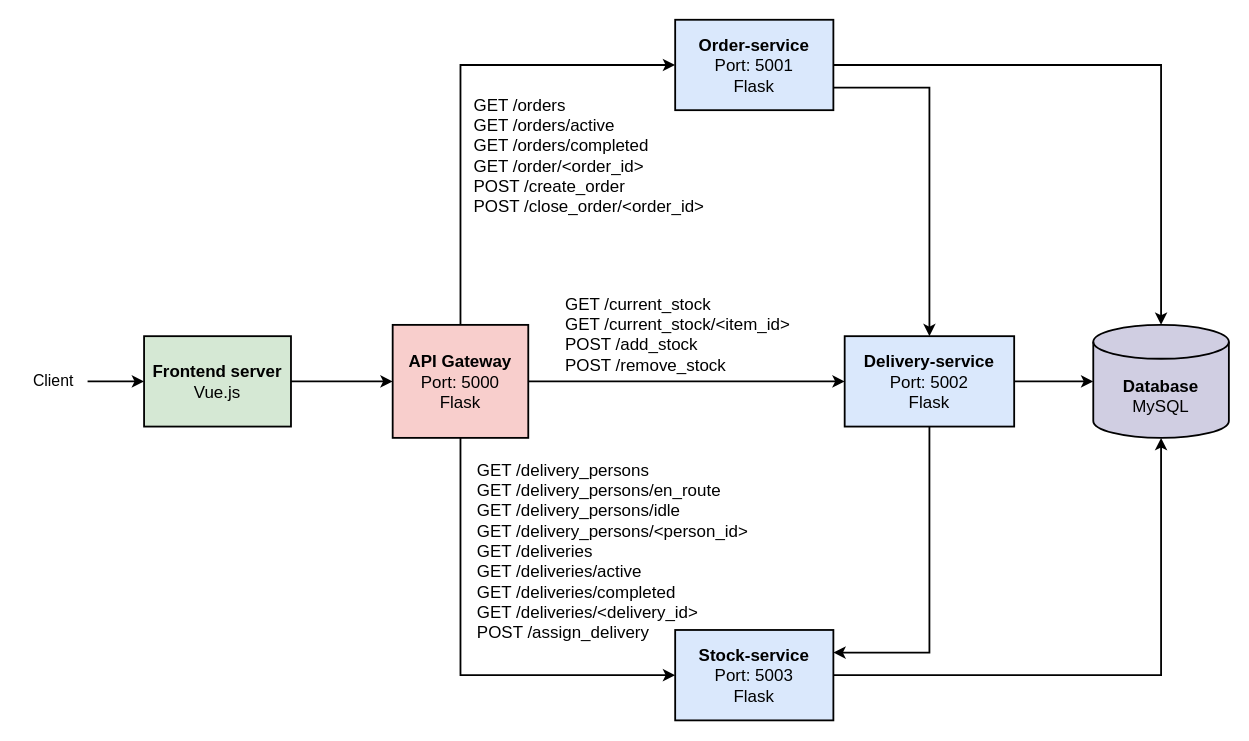
This is architecture.drawio from sandeepgit32/fast-delivery-app-simulation-microservices, a draw.io file, before an edit. Source tidied: cells renumbered, new cells numbered last; positions are measured from the earlier drawing's top-left corner, leaving out a move shared by most shapes. Both pictures are drawn from the tidied source at 113%, with x=0, y=0 at pixel (19, 19).
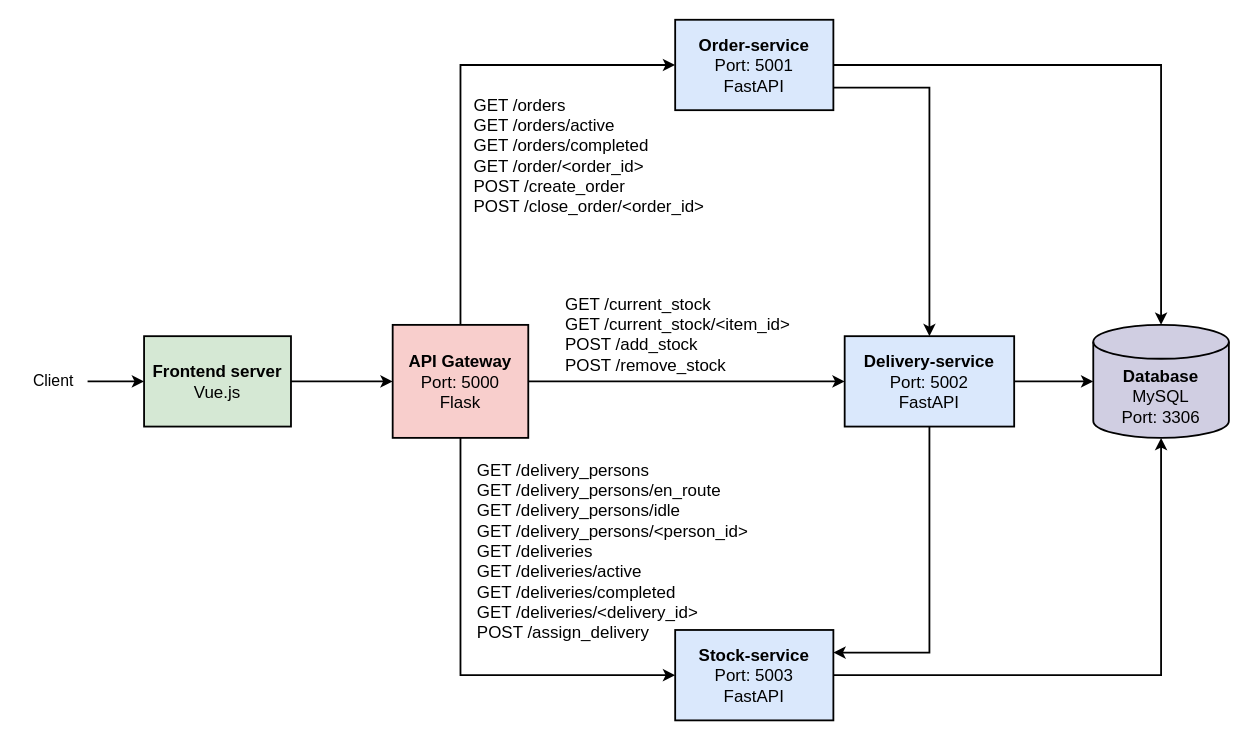
The same page after the edit.

Change to the diagram source:
```diff
@@
-    <mxCell id="2" value="&lt;font style=&quot;font-size: 15px;&quot;&gt;&lt;b&gt;Database&lt;/b&gt;&lt;/font&gt;&lt;div&gt;&lt;font style=&quot;font-size: 15px;&quot;&gt;MySQL&lt;/font&gt;&lt;/div&gt;" style="shape=cylinder3;whiteSpace=wrap;html=1;boundedLbl=1;backgroundOutline=1;size=15;strokeWidth=1.6;fillColor=#d0cee2;strokeColor=#000000;" parent="1" vertex="1">
+    <mxCell id="2" value="&lt;font style=&quot;font-size: 15px;&quot;&gt;&lt;b&gt;Database&lt;/b&gt;&lt;/font&gt;&lt;div&gt;&lt;font style=&quot;font-size: 15px;&quot;&gt;MySQL&lt;/font&gt;&lt;/div&gt;&lt;div&gt;&lt;font style=&quot;font-size: 15px;&quot;&gt;Port: 3306&lt;/font&gt;&lt;/div&gt;" style="shape=cylinder3;whiteSpace=wrap;html=1;boundedLbl=1;backgroundOutline=1;size=15;strokeWidth=1.6;fillColor=#d0cee2;strokeColor=#000000;" parent="1" vertex="1">
       <mxGeometry x="950" y="270" width="120" height="100" as="geometry" />
     </mxCell>
@@
-    <mxCell id="9" value="&lt;font style=&quot;font-size: 15px;&quot;&gt;&lt;b&gt;Delivery-service&lt;/b&gt;&lt;/font&gt;&lt;div&gt;&lt;font style=&quot;font-size: 15px;&quot;&gt;Port: 5002&lt;/font&gt;&lt;/div&gt;&lt;div&gt;&lt;font style=&quot;font-size: 15px;&quot;&gt;Flask&lt;/font&gt;&lt;/div&gt;" style="rounded=0;whiteSpace=wrap;html=1;strokeWidth=1.6;fillColor=#dae8fc;strokeColor=#000000;" parent="1" vertex="1">
+    <mxCell id="9" value="&lt;font style=&quot;font-size: 15px;&quot;&gt;&lt;b&gt;Delivery-service&lt;/b&gt;&lt;/font&gt;&lt;div&gt;&lt;font style=&quot;font-size: 15px;&quot;&gt;Port: 5002&lt;/font&gt;&lt;/div&gt;&lt;div&gt;&lt;font style=&quot;font-size: 15px;&quot;&gt;FastAPI&lt;/font&gt;&lt;/div&gt;" style="rounded=0;whiteSpace=wrap;html=1;strokeWidth=1.6;fillColor=#dae8fc;strokeColor=#000000;" parent="1" vertex="1">
       <mxGeometry x="730" y="280" width="150" height="80" as="geometry" />
     </mxCell>
-    <mxCell id="10" value="&lt;font style=&quot;font-size: 15px;&quot;&gt;&lt;b&gt;Stock-service&lt;/b&gt;&lt;/font&gt;&lt;div&gt;&lt;font style=&quot;font-size: 15px;&quot;&gt;Port: 5003&lt;/font&gt;&lt;/div&gt;&lt;div&gt;&lt;font style=&quot;font-size: 15px;&quot;&gt;Flask&lt;/font&gt;&lt;/div&gt;" style="rounded=0;whiteSpace=wrap;html=1;strokeWidth=1.6;fillColor=#dae8fc;strokeColor=#000000;" parent="1" vertex="1">
+    <mxCell id="10" value="&lt;font style=&quot;font-size: 15px;&quot;&gt;&lt;b&gt;Stock-service&lt;/b&gt;&lt;/font&gt;&lt;div&gt;&lt;font style=&quot;font-size: 15px;&quot;&gt;Port: 5003&lt;/font&gt;&lt;/div&gt;&lt;div&gt;&lt;font style=&quot;font-size: 15px;&quot;&gt;FastAPI&lt;/font&gt;&lt;/div&gt;" style="rounded=0;whiteSpace=wrap;html=1;strokeWidth=1.6;fillColor=#dae8fc;strokeColor=#000000;" parent="1" vertex="1">
       <mxGeometry x="580" y="540" width="140" height="80" as="geometry" />
     </mxCell>
@@
-    <mxCell id="13" value="&lt;font style=&quot;font-size: 15px;&quot;&gt;&lt;b&gt;Order-service&lt;/b&gt;&lt;/font&gt;&lt;div&gt;&lt;font style=&quot;font-size: 15px;&quot;&gt;Port: 5001&lt;/font&gt;&lt;/div&gt;&lt;div&gt;&lt;font style=&quot;font-size: 15px;&quot;&gt;Flask&lt;/font&gt;&lt;/div&gt;" style="rounded=0;whiteSpace=wrap;html=1;strokeWidth=1.6;fillColor=#dae8fc;strokeColor=#000000;" parent="1" vertex="1">
+    <mxCell id="13" value="&lt;font style=&quot;font-size: 15px;&quot;&gt;&lt;b&gt;Order-service&lt;/b&gt;&lt;/font&gt;&lt;div&gt;&lt;font style=&quot;font-size: 15px;&quot;&gt;Port: 5001&lt;/font&gt;&lt;/div&gt;&lt;div&gt;&lt;font style=&quot;font-size: 15px;&quot;&gt;FastAPI&lt;/font&gt;&lt;/div&gt;" style="rounded=0;whiteSpace=wrap;html=1;strokeWidth=1.6;fillColor=#dae8fc;strokeColor=#000000;" parent="1" vertex="1">
       <mxGeometry x="580" width="140" height="80" as="geometry" />
     </mxCell>
```
